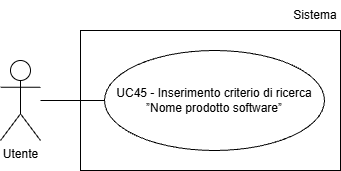
Before: assets/Use_Case_Diagrams/UC45.png, a diagram exported from draw.io (Team-Three-Technologies/Documenti). Source tidied: cells renumbered, new cells last; positions are measured from the earlier drawing's top-left corner, leaving out a move shared by most shapes. Its diagram source:
```xml
<mxGraphModel>
  <root>
    <mxCell id="0" />
    <mxCell id="1" parent="0" />
    <mxCell id="2" value="Utente" style="shape=umlActor;verticalLabelPosition=bottom;verticalAlign=top;html=1;" parent="1" vertex="1">
      <mxGeometry y="60" width="40" height="80" as="geometry" />
    </mxCell>
    <mxCell id="3" value="UC45 - Inserimento criterio di ricerca ”Nome prodotto software”" style="ellipse;whiteSpace=wrap;html=1;align=center;" parent="1" vertex="1">
      <mxGeometry x="104" y="50" width="220" height="100" as="geometry" />
    </mxCell>
    <mxCell id="4" style="endArrow=none;html=1;rounded=0;entryX=0;entryY=0.5;entryDx=0;entryDy=0;" parent="1" edge="1" target="3">
      <mxGeometry relative="1" as="geometry">
        <mxPoint x="40" y="100" as="sourcePoint" />
      </mxGeometry>
    </mxCell>
    <mxCell id="5" style="rounded=0;whiteSpace=wrap;html=1;fillColor=none;" parent="1" vertex="1">
      <mxGeometry x="80" y="30" width="260" height="140" as="geometry" />
    </mxCell>
    <mxCell id="6" value="Sistema" style="text;html=1;whiteSpace=wrap;strokeColor=none;fillColor=none;align=center;verticalAlign=middle;rounded=0;" parent="1" vertex="1">
      <mxGeometry x="290" width="50" height="30" as="geometry" />
    </mxCell>
  </root>
</mxGraphModel>
```
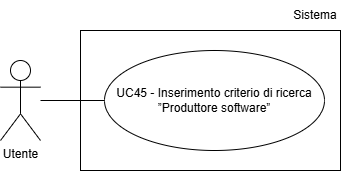
After the commit.

Change to the diagram source:
```diff
@@ -5,17 +5,17 @@
     <mxCell id="2" value="Utente" style="shape=umlActor;verticalLabelPosition=bottom;verticalAlign=top;html=1;" parent="1" vertex="1">
       <mxGeometry y="60" width="40" height="80" as="geometry" />
     </mxCell>
-    <mxCell id="3" value="UC45 - Inserimento criterio di ricerca ”Nome prodotto software”" style="ellipse;whiteSpace=wrap;html=1;align=center;" parent="1" vertex="1">
-      <mxGeometry x="104" y="50" width="220" height="100" as="geometry" />
-    </mxCell>
-    <mxCell id="4" style="endArrow=none;html=1;rounded=0;entryX=0;entryY=0.5;entryDx=0;entryDy=0;" parent="1" edge="1" target="3">
-      <mxGeometry relative="1" as="geometry">
-        <mxPoint x="40" y="100" as="sourcePoint" />
-      </mxGeometry>
-    </mxCell>
-    <mxCell id="5" style="rounded=0;whiteSpace=wrap;html=1;fillColor=none;" parent="1" vertex="1">
-      <mxGeometry x="80" y="30" width="260" height="140" as="geometry" />
-    </mxCell>
+    <mxCell id="7" value="UC45 - Inserimento criterio di ricerca ”Produttore software”" style="ellipse;whiteSpace=wrap;html=1;align=center;" parent="1" vertex="1">
+      <mxGeometry x="104" y="50" width="220" height="100" as="geometry" />
+    </mxCell>
+    <mxCell id="8" style="endArrow=none;html=1;rounded=0;entryX=0;entryY=0.5;entryDx=0;entryDy=0;" parent="1" edge="1" target="7">
+      <mxGeometry relative="1" as="geometry">
+        <mxPoint x="40" y="100" as="sourcePoint" />
+      </mxGeometry>
+    </mxCell>
+    <mxCell id="9" style="rounded=0;whiteSpace=wrap;html=1;fillColor=none;" parent="1" vertex="1">
+      <mxGeometry x="80" y="30" width="260" height="140" as="geometry" />
+    </mxCell>
     <mxCell id="6" value="Sistema" style="text;html=1;whiteSpace=wrap;strokeColor=none;fillColor=none;align=center;verticalAlign=middle;rounded=0;" parent="1" vertex="1">
       <mxGeometry x="290" width="50" height="30" as="geometry" />
     </mxCell>
```
